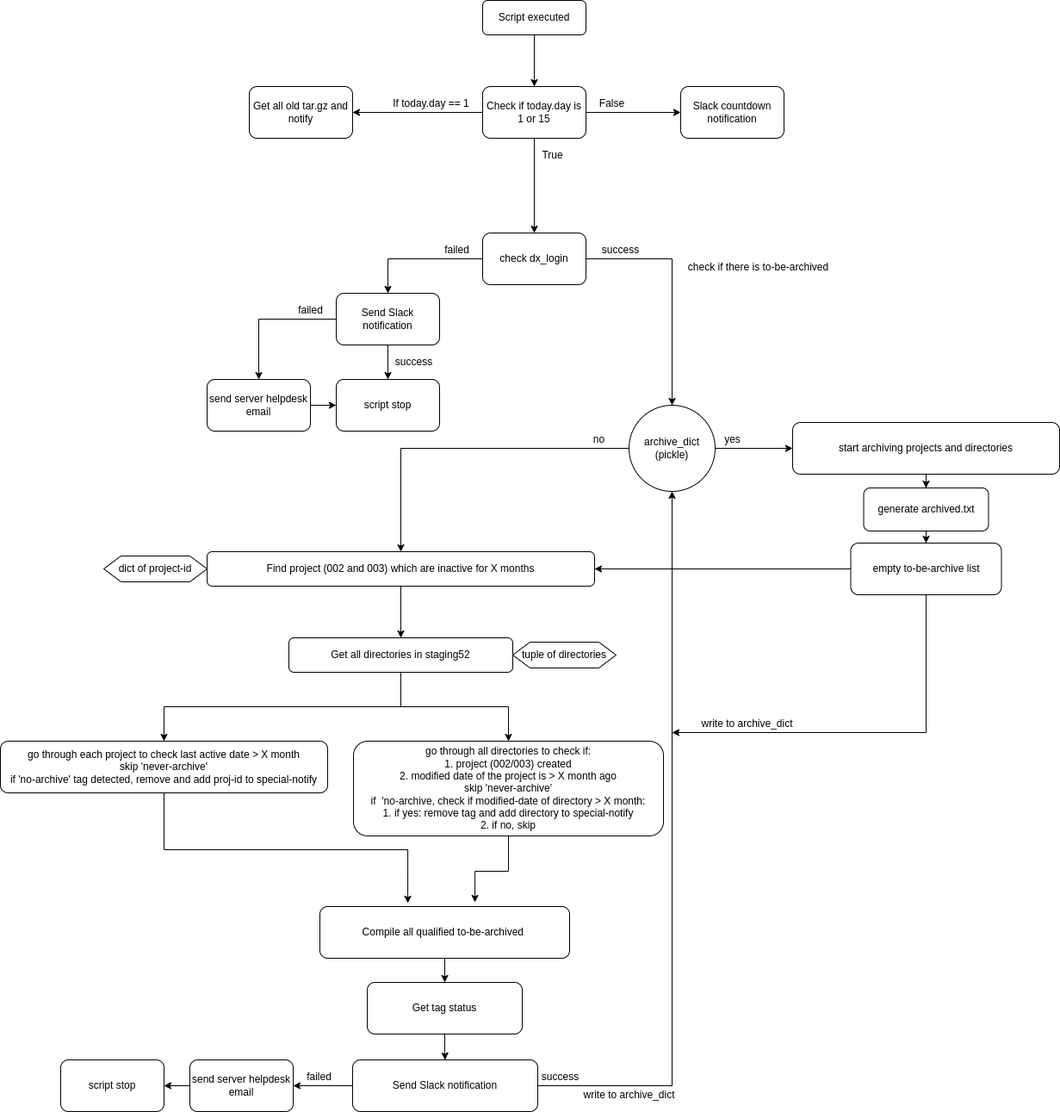
The draw.io diagram demo/script_workflow.png in eastgenomics/automated-archiving, before a commit. Source tidied: cells renumbered, new cells last; positions are measured from the earlier drawing's top-left corner, leaving out a move shared by most shapes.
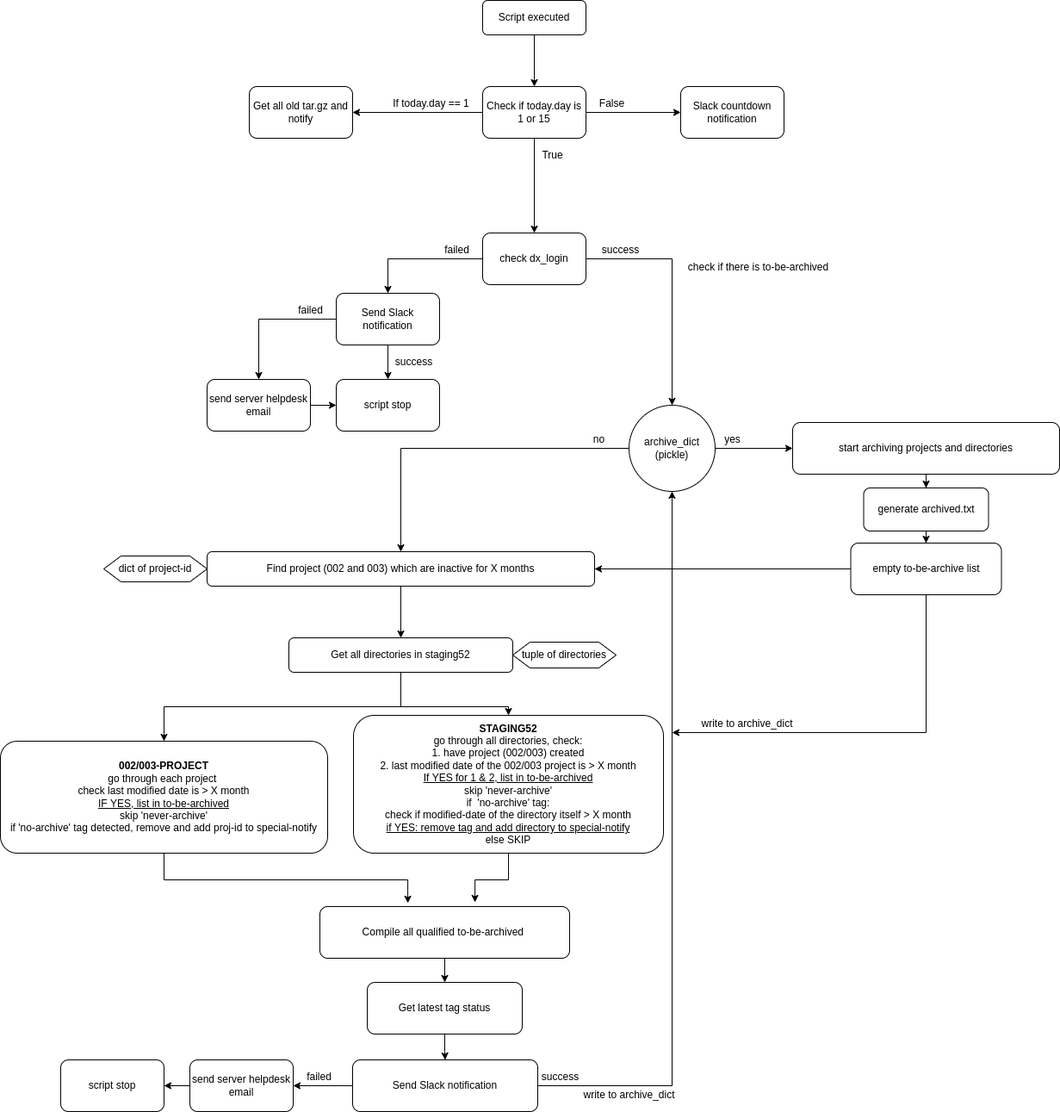
After the change.

Diff of the diagram source:
```diff
@@ -18,7 +18,12 @@
       <mxGeometry x="120" y="645" width="120" height="30" as="geometry" />
     </mxCell>
     <mxCell id="7" style="edgeStyle=orthogonalEdgeStyle;rounded=0;jettySize=auto;html=1;" parent="1" edge="1" source="9" target="23">
-      <mxGeometry relative="1" as="geometry" />
+      <mxGeometry relative="1" as="geometry">
+        <Array as="points">
+          <mxPoint x="465" y="820" />
+          <mxPoint x="590" y="820" />
+        </Array>
+      </mxGeometry>
     </mxCell>
     <mxCell id="8" style="edgeStyle=orthogonalEdgeStyle;rounded=0;jettySize=auto;html=1;exitX=0.5;exitY=1;exitDx=0;exitDy=0;entryX=0.5;entryY=0;entryDx=0;entryDy=0;" parent="1" edge="1" source="9" target="12">
       <mxGeometry relative="1" as="geometry" />
@@ -32,8 +37,8 @@
     <mxCell id="11" style="edgeStyle=orthogonalEdgeStyle;rounded=0;jettySize=auto;html=1;entryX=0.352;entryY=-0.067;entryDx=0;entryDy=0;entryPerimeter=0;" parent="1" edge="1" source="12" target="25">
       <mxGeometry relative="1" as="geometry" />
     </mxCell>
-    <mxCell id="12" value="go through each project to check last active date &amp;gt; X month&lt;br&gt;skip 'never-archive'&lt;br&gt;if 'no-archive' tag detected, remove and add proj-id to special-notify" style="rounded=1;whiteSpace=wrap;html=1;" parent="1" vertex="1">
-      <mxGeometry y="860" width="380" height="60" as="geometry" />
+    <mxCell id="12" value="&lt;b&gt;002/003-PROJECT&lt;/b&gt;&lt;br&gt;go through each project &lt;br&gt;check last modified date is &amp;gt; X month&lt;br&gt;&lt;u&gt;IF YES, list in to-be-archived&lt;/u&gt;&lt;br&gt;skip 'never-archive'&lt;br&gt;if 'no-archive' tag detected, remove and add proj-id to special-notify" style="rounded=1;whiteSpace=wrap;html=1;" parent="1" vertex="1">
+      <mxGeometry y="860" width="380" height="130" as="geometry" />
     </mxCell>
     <mxCell id="13" style="edgeStyle=orthogonalEdgeStyle;rounded=0;jettySize=auto;html=1;entryX=0.5;entryY=0;entryDx=0;entryDy=0;" parent="1" edge="1" source="15" target="5">
       <mxGeometry relative="1" as="geometry" />
@@ -65,8 +70,8 @@
     <mxCell id="22" style="edgeStyle=orthogonalEdgeStyle;rounded=0;jettySize=auto;html=1;entryX=0.621;entryY=-0.083;entryDx=0;entryDy=0;entryPerimeter=0;" parent="1" edge="1" source="23" target="25">
       <mxGeometry relative="1" as="geometry" />
     </mxCell>
-    <mxCell id="23" value="go through all directories to check if:&lt;br&gt;1. project (002/003) created&lt;br&gt;2. modified date of the project is &amp;gt; X month ago&lt;br&gt;skip 'never-archive'&lt;br&gt;if&amp;nbsp; 'no-archive, check if modified-date of directory &amp;gt; X month:&lt;br&gt;1. if yes: remove tag and add directory to special-notify&lt;br&gt;2. if no, skip" style="rounded=1;whiteSpace=wrap;html=1;" parent="1" vertex="1">
-      <mxGeometry x="410" y="860" width="360" height="110" as="geometry" />
+    <mxCell id="23" value="&lt;b&gt;STAGING52&lt;/b&gt;&lt;br&gt;go through all directories, check:&lt;br&gt;1. have project (002/003) created&lt;br&gt;2. last modified date of the 002/003 project is &amp;gt; X month&lt;br&gt;&lt;u&gt;If YES for 1 &amp;amp; 2, list in to-be-archived&lt;/u&gt;&lt;br&gt;skip 'never-archive'&lt;br&gt;if&amp;nbsp; 'no-archive' tag:&lt;br&gt;check if modified-date of the directory itself &amp;gt; X month&lt;br&gt;&lt;u&gt;if YES: remove tag and add directory to special-notify&lt;br&gt;&lt;/u&gt;else SKIP" style="rounded=1;whiteSpace=wrap;html=1;" parent="1" vertex="1">
+      <mxGeometry x="410" y="830" width="360" height="160" as="geometry" />
     </mxCell>
     <mxCell id="24" style="edgeStyle=orthogonalEdgeStyle;rounded=0;jettySize=auto;html=1;" parent="1" edge="1" source="25" target="54">
       <mxGeometry relative="1" as="geometry" />
@@ -165,7 +170,7 @@
     <mxCell id="53" style="edgeStyle=orthogonalEdgeStyle;rounded=0;jettySize=auto;html=1;" parent="1" edge="1" source="54" target="28">
       <mxGeometry relative="1" as="geometry" />
     </mxCell>
-    <mxCell id="54" value="Get tag status" style="rounded=1;whiteSpace=wrap;html=1;" parent="1" vertex="1">
+    <mxCell id="54" value="Get latest tag status" style="rounded=1;whiteSpace=wrap;html=1;" parent="1" vertex="1">
       <mxGeometry x="426" y="1140" width="180" height="60" as="geometry" />
     </mxCell>
     <mxCell id="55" style="edgeStyle=orthogonalEdgeStyle;rounded=0;jettySize=auto;html=1;" parent="1" edge="1" source="58" target="37">
```
